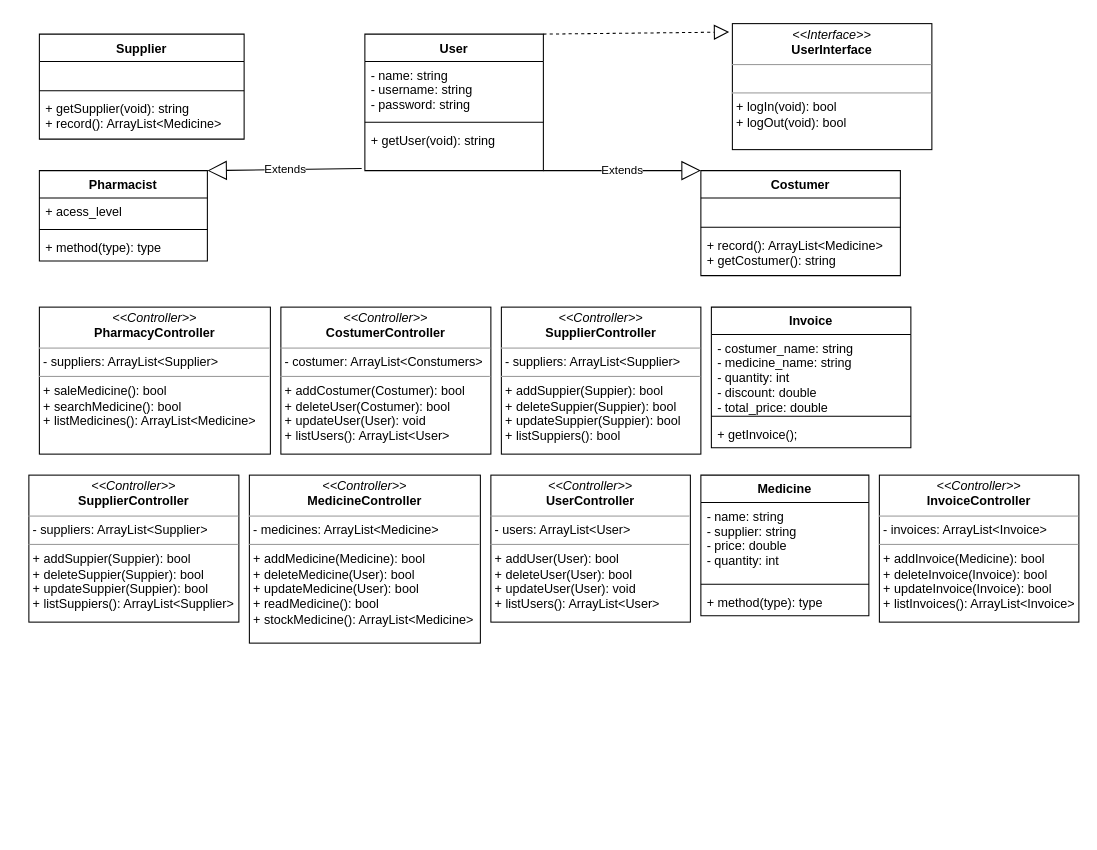
This is PharmacyManagementSystem.drawio from CodeTyperPro/RandomFiles, a draw.io file, before an edit. Source tidied: cells renumbered, new cells numbered last; positions are measured from the earlier drawing's top-left corner, leaving out a move shared by most shapes. Both pictures are drawn from the tidied source at 105%, with x=0, y=0 at pixel (28, 23).
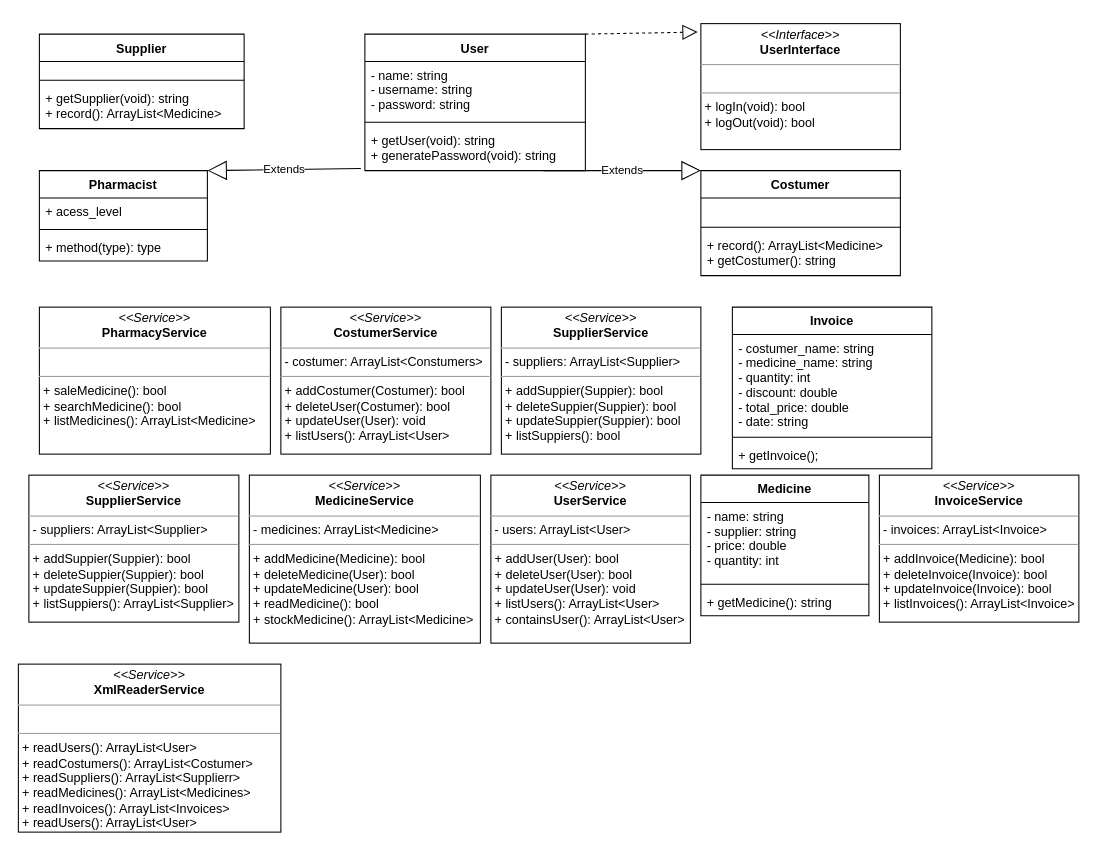
Above is the later version.

The change refers to these unchanged cells:
```xml
<mxCell id="10" value="Medicine" style="swimlane;fontStyle=1;align=center;verticalAlign=top;horizontal=1;startSize=26;" parent="1" vertex="1">
  <mxGeometry x="640" y="430" width="160" height="134" as="geometry" />
</mxCell>
```

Diff of the diagram source:
```diff
@@
     <mxCell id="2" value="User" style="swimlane;fontStyle=1;align=center;verticalAlign=top;horizontal=1;startSize=26;" parent="1" vertex="1">
-      <mxGeometry x="320" y="10" width="170" height="130" as="geometry" />
+      <mxGeometry x="320" y="10" width="210" height="130" as="geometry" />
     </mxCell>
     <mxCell id="3" value="- name: string&#10;- username: string&#10;- password: string" style="text;strokeColor=none;fillColor=none;align=left;verticalAlign=top;spacingLeft=4;spacingRight=4;overflow=hidden;" parent="2" vertex="1">
-      <mxGeometry y="26" width="170" height="54" as="geometry" />
+      <mxGeometry y="26" width="210" height="54" as="geometry" />
     </mxCell>
     <mxCell id="4" style="line;strokeWidth=1;fillColor=none;align=left;verticalAlign=middle;spacingTop=-1;spacingLeft=3;spacingRight=3;labelPosition=right;" parent="2" vertex="1">
-      <mxGeometry y="80" width="170" height="8" as="geometry" />
+      <mxGeometry y="80" width="210" height="8" as="geometry" />
     </mxCell>
-    <mxCell id="5" value="+ getUser(void): string" style="text;strokeColor=none;fillColor=none;align=left;verticalAlign=top;spacingLeft=4;spacingRight=4;overflow=hidden;points=[[0,0.5],[1,0.5]];portConstraint=eastwest;" parent="2" vertex="1">
-      <mxGeometry y="88" width="170" height="42" as="geometry" />
+    <mxCell id="5" value="+ getUser(void): string&#10;+ generatePassword(void): string" style="text;strokeColor=none;fillColor=none;align=left;verticalAlign=top;spacingLeft=4;spacingRight=4;overflow=hidden;points=[[0,0.5],[1,0.5]];portConstraint=eastwest;" parent="2" vertex="1">
+      <mxGeometry y="88" width="210" height="42" as="geometry" />
     </mxCell>
@@
-    <mxCell id="13" value="+ method(type): type" style="text;strokeColor=none;fillColor=none;align=left;verticalAlign=top;spacingLeft=4;spacingRight=4;overflow=hidden;" parent="10" vertex="1">
+    <mxCell id="13" value="+ getMedicine(): string" style="text;strokeColor=none;fillColor=none;align=left;verticalAlign=top;spacingLeft=4;spacingRight=4;overflow=hidden;" parent="10" vertex="1">
       <mxGeometry y="108" width="160" height="26" as="geometry" />
     </mxCell>
     <mxCell id="14" value="Supplier" style="swimlane;fontStyle=1;align=center;verticalAlign=top;horizontal=1;startSize=26;" parent="1" vertex="1">
-      <mxGeometry x="10" y="10" width="195" height="100" as="geometry" />
+      <mxGeometry x="10" y="10" width="195" height="90" as="geometry" />
     </mxCell>
     <mxCell id="15" value=" " style="text;strokeColor=none;fillColor=none;align=left;verticalAlign=top;spacingLeft=4;spacingRight=4;overflow=hidden;" parent="14" vertex="1">
-      <mxGeometry y="26" width="195" height="24" as="geometry" />
+      <mxGeometry y="26" width="195" height="14" as="geometry" />
     </mxCell>
     <mxCell id="16" style="line;strokeWidth=1;fillColor=none;align=left;verticalAlign=middle;spacingTop=-1;spacingLeft=3;spacingRight=3;labelPosition=right;" parent="14" vertex="1">
-      <mxGeometry y="50" width="195" height="8" as="geometry" />
+      <mxGeometry y="40" width="195" height="8" as="geometry" />
     </mxCell>
     <mxCell id="17" value="+ getSupplier(void): string&#10;+ record(): ArrayList&lt;Medicine&gt;" style="text;strokeColor=none;fillColor=none;align=left;verticalAlign=top;spacingLeft=4;spacingRight=4;overflow=hidden;" parent="14" vertex="1">
-      <mxGeometry y="58" width="195" height="42" as="geometry" />
+      <mxGeometry y="48" width="195" height="42" as="geometry" />
     </mxCell>
@@
     <mxCell id="19" value="&lt;p style=&quot;margin: 0px ; margin-top: 4px ; text-align: center&quot;&gt;&lt;i&gt;&amp;lt;&amp;lt;Interface&amp;gt;&amp;gt;&lt;/i&gt;&lt;br&gt;&lt;b&gt;UserInterface&lt;/b&gt;&lt;/p&gt;&lt;hr size=&quot;1&quot;&gt;&lt;p style=&quot;margin: 0px ; margin-left: 4px&quot;&gt;&lt;br&gt;&lt;/p&gt;&lt;hr size=&quot;1&quot;&gt;&lt;p style=&quot;margin: 0px ; margin-left: 4px&quot;&gt;+ logIn(void): bool&lt;br&gt;+ logOut(void): bool&lt;/p&gt;" style="verticalAlign=top;align=left;overflow=fill;fontSize=12;fontFamily=Helvetica;html=1;" parent="1" vertex="1">
-      <mxGeometry x="670" width="190" height="120" as="geometry" />
+      <mxGeometry x="640" width="190" height="120" as="geometry" />
     </mxCell>
-    <mxCell id="20" value="&lt;p style=&quot;margin: 0px ; margin-top: 4px ; text-align: center&quot;&gt;&lt;i&gt;&amp;lt;&amp;lt;Controller&amp;gt;&amp;gt;&lt;/i&gt;&lt;br&gt;&lt;b&gt;UserController&lt;/b&gt;&lt;br&gt;&lt;/p&gt;&lt;hr size=&quot;1&quot;&gt;&lt;p style=&quot;margin: 0px ; margin-left: 4px&quot;&gt;- users: ArrayList&amp;lt;User&amp;gt;&lt;/p&gt;&lt;hr size=&quot;1&quot;&gt;&lt;p style=&quot;margin: 0px 0px 0px 4px&quot;&gt;+ addUser(User): bool&lt;br&gt;+ deleteUser(User): bool&lt;/p&gt;&lt;p style=&quot;margin: 0px 0px 0px 4px&quot;&gt;+ updateUser(User): void&lt;/p&gt;&lt;p style=&quot;margin: 0px 0px 0px 4px&quot;&gt;+ listUsers(): ArrayList&amp;lt;User&amp;gt;&lt;/p&gt;" style="verticalAlign=top;align=left;overflow=fill;fontSize=12;fontFamily=Helvetica;html=1;" parent="1" vertex="1">
-      <mxGeometry x="440" y="430" width="190" height="140" as="geometry" />
+    <mxCell id="20" value="&lt;p style=&quot;margin: 0px ; margin-top: 4px ; text-align: center&quot;&gt;&lt;i&gt;&amp;lt;&amp;lt;Service&amp;gt;&amp;gt;&lt;/i&gt;&lt;br&gt;&lt;b&gt;UserService&lt;/b&gt;&lt;br&gt;&lt;/p&gt;&lt;hr size=&quot;1&quot;&gt;&lt;p style=&quot;margin: 0px ; margin-left: 4px&quot;&gt;- users: ArrayList&amp;lt;User&amp;gt;&lt;/p&gt;&lt;hr size=&quot;1&quot;&gt;&lt;p style=&quot;margin: 0px 0px 0px 4px&quot;&gt;+ addUser(User): bool&lt;br&gt;+ deleteUser(User): bool&lt;/p&gt;&lt;p style=&quot;margin: 0px 0px 0px 4px&quot;&gt;+ updateUser(User): void&lt;/p&gt;&lt;p style=&quot;margin: 0px 0px 0px 4px&quot;&gt;+ listUsers(): ArrayList&amp;lt;User&amp;gt;&lt;/p&gt;&lt;p style=&quot;margin: 0px 0px 0px 4px&quot;&gt;+ containsUser(): ArrayList&amp;lt;User&amp;gt;&lt;/p&gt;" style="verticalAlign=top;align=left;overflow=fill;fontSize=12;fontFamily=Helvetica;html=1;" parent="1" vertex="1">
+      <mxGeometry x="440" y="430" width="190" height="160" as="geometry" />
     </mxCell>
@@
-    <mxCell id="22" value="&lt;p style=&quot;margin: 0px ; margin-top: 4px ; text-align: center&quot;&gt;&lt;i&gt;&amp;lt;&amp;lt;Controller&amp;gt;&amp;gt;&lt;/i&gt;&lt;br&gt;&lt;b&gt;MedicineController&lt;/b&gt;&lt;br&gt;&lt;/p&gt;&lt;hr size=&quot;1&quot;&gt;&lt;p style=&quot;margin: 0px ; margin-left: 4px&quot;&gt;- medicines: ArrayList&amp;lt;Medicine&amp;gt;&lt;/p&gt;&lt;hr size=&quot;1&quot;&gt;&lt;p style=&quot;margin: 0px 0px 0px 4px&quot;&gt;+ addMedicine(Medicine): bool&lt;br&gt;+ deleteMedicine(User): bool&lt;/p&gt;&lt;p style=&quot;margin: 0px 0px 0px 4px&quot;&gt;+ updateMedicine(User): bool&lt;/p&gt;&lt;p style=&quot;margin: 0px 0px 0px 4px&quot;&gt;+ readMedicine(): bool&lt;/p&gt;&lt;p style=&quot;margin: 0px 0px 0px 4px&quot;&gt;+ stockMedicine(): ArrayList&amp;lt;Medicine&amp;gt;&lt;/p&gt;" style="verticalAlign=top;align=left;overflow=fill;fontSize=12;fontFamily=Helvetica;html=1;" parent="1" vertex="1">
+    <mxCell id="22" value="&lt;p style=&quot;margin: 0px ; margin-top: 4px ; text-align: center&quot;&gt;&lt;i&gt;&amp;lt;&amp;lt;Service&amp;gt;&amp;gt;&lt;/i&gt;&lt;br&gt;&lt;b&gt;MedicineService&lt;/b&gt;&lt;br&gt;&lt;/p&gt;&lt;hr size=&quot;1&quot;&gt;&lt;p style=&quot;margin: 0px ; margin-left: 4px&quot;&gt;- medicines: ArrayList&amp;lt;Medicine&amp;gt;&lt;/p&gt;&lt;hr size=&quot;1&quot;&gt;&lt;p style=&quot;margin: 0px 0px 0px 4px&quot;&gt;+ addMedicine(Medicine): bool&lt;br&gt;+ deleteMedicine(User): bool&lt;/p&gt;&lt;p style=&quot;margin: 0px 0px 0px 4px&quot;&gt;+ updateMedicine(User): bool&lt;/p&gt;&lt;p style=&quot;margin: 0px 0px 0px 4px&quot;&gt;+ readMedicine(): bool&lt;/p&gt;&lt;p style=&quot;margin: 0px 0px 0px 4px&quot;&gt;+ stockMedicine(): ArrayList&amp;lt;Medicine&amp;gt;&lt;/p&gt;" style="verticalAlign=top;align=left;overflow=fill;fontSize=12;fontFamily=Helvetica;html=1;" parent="1" vertex="1">
       <mxGeometry x="210" y="430" width="220" height="160" as="geometry" />
     </mxCell>
-    <mxCell id="23" value="&lt;p style=&quot;margin: 0px ; margin-top: 4px ; text-align: center&quot;&gt;&lt;i&gt;&amp;lt;&amp;lt;Controller&amp;gt;&amp;gt;&lt;/i&gt;&lt;br&gt;&lt;b&gt;SupplierController&lt;/b&gt;&lt;br&gt;&lt;/p&gt;&lt;hr size=&quot;1&quot;&gt;&lt;p style=&quot;margin: 0px ; margin-left: 4px&quot;&gt;- suppliers: ArrayList&amp;lt;Supplier&amp;gt;&lt;/p&gt;&lt;hr size=&quot;1&quot;&gt;&lt;p style=&quot;margin: 0px 0px 0px 4px&quot;&gt;+ addSuppier(Suppier): bool&lt;br&gt;+ deleteSuppier(Suppier): bool&lt;/p&gt;&lt;p style=&quot;margin: 0px 0px 0px 4px&quot;&gt;+ updateSuppier(Suppier): bool&lt;/p&gt;&lt;p style=&quot;margin: 0px 0px 0px 4px&quot;&gt;+ listSuppiers(): ArrayList&amp;lt;Supplier&amp;gt;&lt;/p&gt;" style="verticalAlign=top;align=left;overflow=fill;fontSize=12;fontFamily=Helvetica;html=1;" parent="1" vertex="1">
+    <mxCell id="23" value="&lt;p style=&quot;margin: 0px ; margin-top: 4px ; text-align: center&quot;&gt;&lt;i&gt;&amp;lt;&amp;lt;Service&amp;gt;&amp;gt;&lt;/i&gt;&lt;br&gt;&lt;b&gt;SupplierService&lt;/b&gt;&lt;br&gt;&lt;/p&gt;&lt;hr size=&quot;1&quot;&gt;&lt;p style=&quot;margin: 0px ; margin-left: 4px&quot;&gt;- suppliers: ArrayList&amp;lt;Supplier&amp;gt;&lt;/p&gt;&lt;hr size=&quot;1&quot;&gt;&lt;p style=&quot;margin: 0px 0px 0px 4px&quot;&gt;+ addSuppier(Suppier): bool&lt;br&gt;+ deleteSuppier(Suppier): bool&lt;/p&gt;&lt;p style=&quot;margin: 0px 0px 0px 4px&quot;&gt;+ updateSuppier(Suppier): bool&lt;/p&gt;&lt;p style=&quot;margin: 0px 0px 0px 4px&quot;&gt;+ listSuppiers(): ArrayList&amp;lt;Supplier&amp;gt;&lt;/p&gt;" style="verticalAlign=top;align=left;overflow=fill;fontSize=12;fontFamily=Helvetica;html=1;" parent="1" vertex="1">
       <mxGeometry y="430" width="200" height="140" as="geometry" />
     </mxCell>
@@
-    <mxCell id="28" value="&lt;p style=&quot;margin: 0px ; margin-top: 4px ; text-align: center&quot;&gt;&lt;i&gt;&amp;lt;&amp;lt;Controller&amp;gt;&amp;gt;&lt;/i&gt;&lt;br&gt;&lt;b&gt;SupplierController&lt;/b&gt;&lt;br&gt;&lt;/p&gt;&lt;hr size=&quot;1&quot;&gt;&lt;p style=&quot;margin: 0px ; margin-left: 4px&quot;&gt;- suppliers: ArrayList&amp;lt;Supplier&amp;gt;&lt;/p&gt;&lt;hr size=&quot;1&quot;&gt;&lt;p style=&quot;margin: 0px 0px 0px 4px&quot;&gt;+ addSuppier(Suppier): bool&lt;br&gt;+ deleteSuppier(Suppier): bool&lt;/p&gt;&lt;p style=&quot;margin: 0px 0px 0px 4px&quot;&gt;+ updateSuppier(Suppier): bool&lt;/p&gt;&lt;p style=&quot;margin: 0px 0px 0px 4px&quot;&gt;+ listSuppiers(): bool&lt;/p&gt;" style="verticalAlign=top;align=left;overflow=fill;fontSize=12;fontFamily=Helvetica;html=1;" parent="1" vertex="1">
+    <mxCell id="28" value="&lt;p style=&quot;margin: 0px ; margin-top: 4px ; text-align: center&quot;&gt;&lt;i&gt;&amp;lt;&amp;lt;Service&amp;gt;&amp;gt;&lt;/i&gt;&lt;br&gt;&lt;b&gt;SupplierService&lt;/b&gt;&lt;br&gt;&lt;/p&gt;&lt;hr size=&quot;1&quot;&gt;&lt;p style=&quot;margin: 0px ; margin-left: 4px&quot;&gt;- suppliers: ArrayList&amp;lt;Supplier&amp;gt;&lt;/p&gt;&lt;hr size=&quot;1&quot;&gt;&lt;p style=&quot;margin: 0px 0px 0px 4px&quot;&gt;+ addSuppier(Suppier): bool&lt;br&gt;+ deleteSuppier(Suppier): bool&lt;/p&gt;&lt;p style=&quot;margin: 0px 0px 0px 4px&quot;&gt;+ updateSuppier(Suppier): bool&lt;/p&gt;&lt;p style=&quot;margin: 0px 0px 0px 4px&quot;&gt;+ listSuppiers(): bool&lt;/p&gt;" style="verticalAlign=top;align=left;overflow=fill;fontSize=12;fontFamily=Helvetica;html=1;" parent="1" vertex="1">
       <mxGeometry x="450" y="270" width="190" height="140" as="geometry" />
     </mxCell>
-    <mxCell id="29" value="&lt;p style=&quot;margin: 0px ; margin-top: 4px ; text-align: center&quot;&gt;&lt;i&gt;&amp;lt;&amp;lt;Controller&amp;gt;&amp;gt;&lt;/i&gt;&lt;br&gt;&lt;b&gt;PharmacyController&lt;/b&gt;&lt;br&gt;&lt;/p&gt;&lt;hr size=&quot;1&quot;&gt;&lt;p style=&quot;margin: 0px ; margin-left: 4px&quot;&gt;- suppliers: ArrayList&amp;lt;Supplier&amp;gt;&lt;/p&gt;&lt;hr size=&quot;1&quot;&gt;&lt;p style=&quot;margin: 0px 0px 0px 4px&quot;&gt;&lt;span&gt;+ saleMedicine(): bool&lt;/span&gt;&lt;br&gt;&lt;/p&gt;&lt;p style=&quot;margin: 0px 0px 0px 4px&quot;&gt;&lt;span&gt;+ searchMedicine(): bool&lt;/span&gt;&lt;/p&gt;&lt;p style=&quot;margin: 0px 0px 0px 4px&quot;&gt;&lt;span&gt;+ listMedicines(): ArrayList&amp;lt;Medicine&amp;gt;&lt;/span&gt;&lt;/p&gt;" style="verticalAlign=top;align=left;overflow=fill;fontSize=12;fontFamily=Helvetica;html=1;" parent="1" vertex="1">
+    <mxCell id="29" value="&lt;p style=&quot;margin: 0px ; margin-top: 4px ; text-align: center&quot;&gt;&lt;i&gt;&amp;lt;&amp;lt;Service&amp;gt;&amp;gt;&lt;/i&gt;&lt;br&gt;&lt;b&gt;PharmacyService&lt;/b&gt;&lt;br&gt;&lt;/p&gt;&lt;hr size=&quot;1&quot;&gt;&lt;p style=&quot;margin: 0px ; margin-left: 4px&quot;&gt;&amp;nbsp;&lt;/p&gt;&lt;hr size=&quot;1&quot;&gt;&lt;p style=&quot;margin: 0px 0px 0px 4px&quot;&gt;&lt;span&gt;+ saleMedicine(): bool&lt;/span&gt;&lt;br&gt;&lt;/p&gt;&lt;p style=&quot;margin: 0px 0px 0px 4px&quot;&gt;&lt;span&gt;+ searchMedicine(): bool&lt;/span&gt;&lt;/p&gt;&lt;p style=&quot;margin: 0px 0px 0px 4px&quot;&gt;&lt;span&gt;+ listMedicines(): ArrayList&amp;lt;Medicine&amp;gt;&lt;/span&gt;&lt;/p&gt;" style="verticalAlign=top;align=left;overflow=fill;fontSize=12;fontFamily=Helvetica;html=1;" parent="1" vertex="1">
       <mxGeometry x="10" y="270" width="220" height="140" as="geometry" />
     </mxCell>
     <mxCell id="30" value="Invoice" style="swimlane;fontStyle=1;align=center;verticalAlign=top;horizontal=1;startSize=26;" parent="1" vertex="1">
-      <mxGeometry x="650" y="270" width="190" height="134" as="geometry" />
+      <mxGeometry x="670" y="270" width="190" height="154" as="geometry" />
     </mxCell>
-    <mxCell id="31" value="- costumer_name: string&#10;- medicine_name: string&#10;- quantity: int&#10;- discount: double&#10;- total_price: double" style="text;strokeColor=none;fillColor=none;align=left;verticalAlign=top;spacingLeft=4;spacingRight=4;overflow=hidden;" parent="30" vertex="1">
-      <mxGeometry y="26" width="190" height="74" as="geometry" />
+    <mxCell id="31" value="- costumer_name: string&#10;- medicine_name: string&#10;- quantity: int&#10;- discount: double&#10;- total_price: double&#10;- date: string" style="text;strokeColor=none;fillColor=none;align=left;verticalAlign=top;spacingLeft=4;spacingRight=4;overflow=hidden;" parent="30" vertex="1">
+      <mxGeometry y="26" width="190" height="94" as="geometry" />
     </mxCell>
     <mxCell id="32" style="line;strokeWidth=1;fillColor=none;align=left;verticalAlign=middle;spacingTop=-1;spacingLeft=3;spacingRight=3;labelPosition=right;" parent="30" vertex="1">
-      <mxGeometry y="100" width="190" height="8" as="geometry" />
+      <mxGeometry y="120" width="190" height="8" as="geometry" />
     </mxCell>
     <mxCell id="33" value="+ getInvoice();" style="text;strokeColor=none;fillColor=none;align=left;verticalAlign=top;spacingLeft=4;spacingRight=4;overflow=hidden;" parent="30" vertex="1">
-      <mxGeometry y="108" width="190" height="26" as="geometry" />
+      <mxGeometry y="128" width="190" height="26" as="geometry" />
     </mxCell>
-    <mxCell id="34" value="&lt;p style=&quot;margin: 0px ; margin-top: 4px ; text-align: center&quot;&gt;&lt;i&gt;&amp;lt;&amp;lt;Controller&amp;gt;&amp;gt;&lt;/i&gt;&lt;br&gt;&lt;b&gt;InvoiceController&lt;/b&gt;&lt;br&gt;&lt;/p&gt;&lt;hr size=&quot;1&quot;&gt;&lt;p style=&quot;margin: 0px ; margin-left: 4px&quot;&gt;- invoices: ArrayList&amp;lt;Invoice&amp;gt;&lt;/p&gt;&lt;hr size=&quot;1&quot;&gt;&lt;p style=&quot;margin: 0px 0px 0px 4px&quot;&gt;+ addInvoice(Medicine): bool&lt;br&gt;+ deleteInvoice(Invoice): bool&lt;/p&gt;&lt;p style=&quot;margin: 0px 0px 0px 4px&quot;&gt;+ updateInvoice(Invoice): bool&lt;/p&gt;&lt;p style=&quot;margin: 0px 0px 0px 4px&quot;&gt;+ listInvoices(): ArrayList&amp;lt;Invoice&amp;gt;&lt;/p&gt;" style="verticalAlign=top;align=left;overflow=fill;fontSize=12;fontFamily=Helvetica;html=1;" parent="1" vertex="1">
+    <mxCell id="34" value="&lt;p style=&quot;margin: 0px ; margin-top: 4px ; text-align: center&quot;&gt;&lt;i&gt;&amp;lt;&amp;lt;Service&amp;gt;&amp;gt;&lt;/i&gt;&lt;br&gt;&lt;b&gt;InvoiceService&lt;/b&gt;&lt;br&gt;&lt;/p&gt;&lt;hr size=&quot;1&quot;&gt;&lt;p style=&quot;margin: 0px ; margin-left: 4px&quot;&gt;- invoices: ArrayList&amp;lt;Invoice&amp;gt;&lt;/p&gt;&lt;hr size=&quot;1&quot;&gt;&lt;p style=&quot;margin: 0px 0px 0px 4px&quot;&gt;+ addInvoice(Medicine): bool&lt;br&gt;+ deleteInvoice(Invoice): bool&lt;/p&gt;&lt;p style=&quot;margin: 0px 0px 0px 4px&quot;&gt;+ updateInvoice(Invoice): bool&lt;/p&gt;&lt;p style=&quot;margin: 0px 0px 0px 4px&quot;&gt;+ listInvoices(): ArrayList&amp;lt;Invoice&amp;gt;&lt;/p&gt;" style="verticalAlign=top;align=left;overflow=fill;fontSize=12;fontFamily=Helvetica;html=1;" parent="1" vertex="1">
       <mxGeometry x="810" y="430" width="190" height="140" as="geometry" />
     </mxCell>
-    <mxCell id="35" value="&lt;p style=&quot;margin: 0px ; margin-top: 4px ; text-align: center&quot;&gt;&lt;i&gt;&amp;lt;&amp;lt;Controller&amp;gt;&amp;gt;&lt;/i&gt;&lt;br&gt;&lt;b&gt;CostumerController&lt;/b&gt;&lt;br&gt;&lt;/p&gt;&lt;hr size=&quot;1&quot;&gt;&lt;p style=&quot;margin: 0px ; margin-left: 4px&quot;&gt;- costumer: ArrayList&amp;lt;Constumers&amp;gt;&lt;/p&gt;&lt;hr size=&quot;1&quot;&gt;&lt;p style=&quot;margin: 0px 0px 0px 4px&quot;&gt;+ addCostumer(Costumer): bool&lt;/p&gt;&lt;p style=&quot;margin: 0px 0px 0px 4px&quot;&gt;+ deleteUser(Costumer): bool&lt;/p&gt;&lt;p style=&quot;margin: 0px 0px 0px 4px&quot;&gt;+ updateUser(User): void&lt;/p&gt;&lt;p style=&quot;margin: 0px 0px 0px 4px&quot;&gt;+ listUsers(): ArrayList&amp;lt;User&amp;gt;&lt;/p&gt;" style="verticalAlign=top;align=left;overflow=fill;fontSize=12;fontFamily=Helvetica;html=1;" parent="1" vertex="1">
+    <mxCell id="35" value="&lt;p style=&quot;margin: 0px ; margin-top: 4px ; text-align: center&quot;&gt;&lt;i&gt;&amp;lt;&amp;lt;Service&lt;/i&gt;&lt;i&gt;&amp;gt;&amp;gt;&lt;/i&gt;&lt;br&gt;&lt;b&gt;CostumerService&lt;/b&gt;&lt;br&gt;&lt;/p&gt;&lt;hr size=&quot;1&quot;&gt;&lt;p style=&quot;margin: 0px ; margin-left: 4px&quot;&gt;- costumer: ArrayList&amp;lt;Constumers&amp;gt;&lt;/p&gt;&lt;hr size=&quot;1&quot;&gt;&lt;p style=&quot;margin: 0px 0px 0px 4px&quot;&gt;+ addCostumer(Costumer): bool&lt;/p&gt;&lt;p style=&quot;margin: 0px 0px 0px 4px&quot;&gt;+ deleteUser(Costumer): bool&lt;/p&gt;&lt;p style=&quot;margin: 0px 0px 0px 4px&quot;&gt;+ updateUser(User): void&lt;/p&gt;&lt;p style=&quot;margin: 0px 0px 0px 4px&quot;&gt;+ listUsers(): ArrayList&amp;lt;User&amp;gt;&lt;/p&gt;" style="verticalAlign=top;align=left;overflow=fill;fontSize=12;fontFamily=Helvetica;html=1;" parent="1" vertex="1">
       <mxGeometry x="240" y="270" width="200" height="140" as="geometry" />
     </mxCell>
@@
+    <mxCell id="37" value="&lt;p style=&quot;margin: 0px ; margin-top: 4px ; text-align: center&quot;&gt;&lt;i&gt;&amp;lt;&amp;lt;Service&amp;gt;&amp;gt;&lt;/i&gt;&lt;br&gt;&lt;b&gt;XmlReaderService&lt;/b&gt;&lt;br&gt;&lt;/p&gt;&lt;hr size=&quot;1&quot;&gt;&lt;p style=&quot;margin: 0px ; margin-left: 4px&quot;&gt;&lt;br&gt;&lt;/p&gt;&lt;hr size=&quot;1&quot;&gt;&lt;p style=&quot;margin: 0px 0px 0px 4px&quot;&gt;+ readUsers(): ArrayList&amp;lt;User&amp;gt;&lt;/p&gt;&lt;p style=&quot;margin: 0px 0px 0px 4px&quot;&gt;+ readCostumers(): ArrayList&amp;lt;Costumer&amp;gt;&lt;/p&gt;&lt;div&gt;&lt;p style=&quot;margin: 0px 0px 0px 4px&quot;&gt;+ readSuppliers(): ArrayList&amp;lt;Supplierr&amp;gt;&lt;/p&gt;&lt;/div&gt;&lt;div&gt;&lt;p style=&quot;margin: 0px 0px 0px 4px&quot;&gt;+ readMedicines(): ArrayList&amp;lt;Medicines&amp;gt;&lt;/p&gt;&lt;/div&gt;&lt;div&gt;&lt;p style=&quot;margin: 0px 0px 0px 4px&quot;&gt;+ readInvoices(): ArrayList&amp;lt;Invoices&amp;gt;&lt;/p&gt;&lt;/div&gt;&lt;div&gt;&lt;p style=&quot;margin: 0px 0px 0px 4px&quot;&gt;+ readUsers(): ArrayList&amp;lt;User&amp;gt;&lt;/p&gt;&lt;/div&gt;&lt;div&gt;&lt;br&gt;&lt;/div&gt;" style="verticalAlign=top;align=left;overflow=fill;fontSize=12;fontFamily=Helvetica;html=1;" parent="1" vertex="1">
+      <mxGeometry x="-10" y="610" width="250" height="160" as="geometry" />
+    </mxCell>
```
